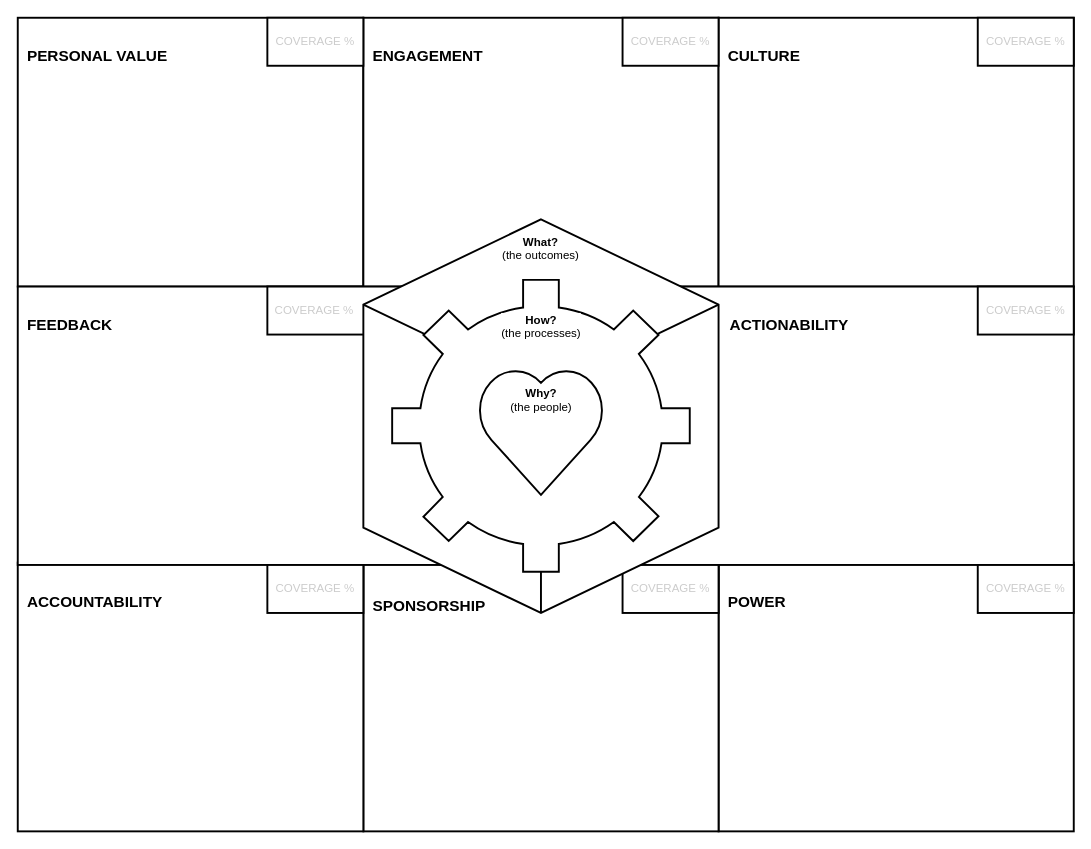
rquast/collective-action-canvas keeps this draw.io diagram as collective-action-canvas.drawio. Above is the earlier version. Source tidied: cells renumbered, new cells numbered last; positions are measured from the earlier drawing's top-left corner, leaving out a move shared by most shapes. Both pictures are drawn from the tidied source at 96%, with x=0, y=0 at pixel (17, 17).
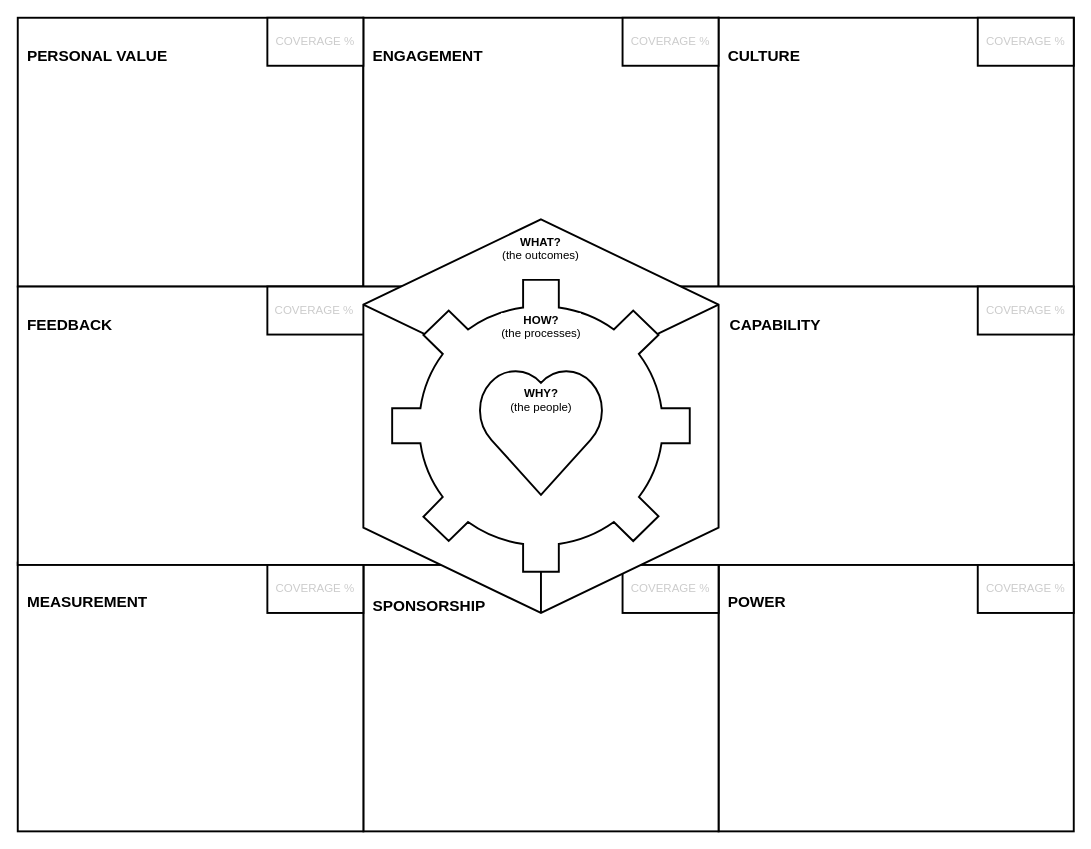
Above is the later version.

Commit message:
changed core topics

Diff of the diagram source:
```diff
@@
-    <mxCell id="5" value="&lt;p style=&quot;line-height: 220%&quot;&gt;ACCOUNTABILITY&lt;/p&gt;" style="rounded=0;whiteSpace=wrap;html=1;verticalAlign=top;align=left;fontSize=16;fontStyle=1;spacingLeft=8;spacingTop=0;strokeWidth=2;" parent="1" vertex="1">
+    <mxCell id="5" value="&lt;p style=&quot;line-height: 220%&quot;&gt;MEASUREMENT&lt;/p&gt;" style="rounded=0;whiteSpace=wrap;html=1;verticalAlign=top;align=left;fontSize=16;fontStyle=1;spacingLeft=8;spacingTop=0;strokeWidth=2;" parent="1" vertex="1">
       <mxGeometry y="567.5" width="360" height="280" as="geometry" />
     </mxCell>
@@
-    <mxCell id="9" value="&lt;p style=&quot;line-height: 220%&quot;&gt;ACTIONABILITY&lt;/p&gt;" style="rounded=0;whiteSpace=wrap;html=1;verticalAlign=top;align=left;fontSize=16;fontStyle=1;spacingLeft=90;spacingTop=0;strokeWidth=2;" parent="1" vertex="1">
+    <mxCell id="9" value="&lt;p style=&quot;line-height: 220%&quot;&gt;CAPABILITY&lt;/p&gt;" style="rounded=0;whiteSpace=wrap;html=1;verticalAlign=top;align=left;fontSize=16;fontStyle=1;spacingLeft=90;spacingTop=0;strokeWidth=2;" parent="1" vertex="1">
       <mxGeometry x="650" y="280" width="450" height="290" as="geometry" />
     </mxCell>
@@
-    <mxCell id="18" value="&lt;b&gt;What?&lt;br style=&quot;font-size: 12px&quot;&gt;&lt;/b&gt;(the outcomes)" style="whiteSpace=wrap;html=1;shape=mxgraph.basic.isocube;isoAngle=15;strokeColor=#000000;strokeWidth=2;fillColor=#ffffff;fontSize=12;fontColor=#000000;align=center;verticalAlign=top;spacingTop=10;" parent="1" vertex="1">
+    <mxCell id="18" value="&lt;b&gt;WHAT?&lt;br style=&quot;font-size: 12px&quot;&gt;&lt;/b&gt;(the outcomes)" style="whiteSpace=wrap;html=1;shape=mxgraph.basic.isocube;isoAngle=15;strokeColor=#000000;strokeWidth=2;fillColor=#ffffff;fontSize=12;fontColor=#000000;align=center;verticalAlign=top;spacingTop=10;" parent="1" vertex="1">
       <mxGeometry x="360" y="210" width="370" height="410" as="geometry" />
     </mxCell>
-    <mxCell id="19" value="&lt;font color=&quot;#000000&quot;&gt;&lt;b&gt;How?&lt;/b&gt;&lt;br&gt;(the processes)&lt;/font&gt;" style="html=1;verticalLabelPosition=middle;align=center;labelBackgroundColor=#ffffff;verticalAlign=top;strokeWidth=2;strokeColor=#000000;shadow=0;dashed=0;shape=mxgraph.ios7.icons.settings;fontColor=#CCCCCC;labelPosition=center;spacingTop=28;" parent="1" vertex="1">
+    <mxCell id="19" value="&lt;font color=&quot;#000000&quot;&gt;&lt;b&gt;HOW?&lt;/b&gt;&lt;br&gt;(the processes)&lt;/font&gt;" style="html=1;verticalLabelPosition=middle;align=center;labelBackgroundColor=#ffffff;verticalAlign=top;strokeWidth=2;strokeColor=#000000;shadow=0;dashed=0;shape=mxgraph.ios7.icons.settings;fontColor=#CCCCCC;labelPosition=center;spacingTop=28;" parent="1" vertex="1">
       <mxGeometry x="390" y="273" width="310" height="304" as="geometry" />
     </mxCell>
-    <mxCell id="20" value="&lt;b&gt;Why?&lt;/b&gt;&lt;br&gt;(the people)" style="verticalLabelPosition=middle;verticalAlign=top;html=1;shape=mxgraph.basic.heart;fontSize=12;align=center;labelPosition=center;spacingTop=14;fillColor=#ffffff;strokeWidth=2;" parent="1" vertex="1">
+    <mxCell id="20" value="&lt;b&gt;WHY?&lt;/b&gt;&lt;br&gt;(the people)" style="verticalLabelPosition=middle;verticalAlign=top;html=1;shape=mxgraph.basic.heart;fontSize=12;align=center;labelPosition=center;spacingTop=14;fillColor=#ffffff;strokeWidth=2;" parent="1" vertex="1">
       <mxGeometry x="477.5" y="364.1" width="135" height="132.9" as="geometry" />
     </mxCell>
```
